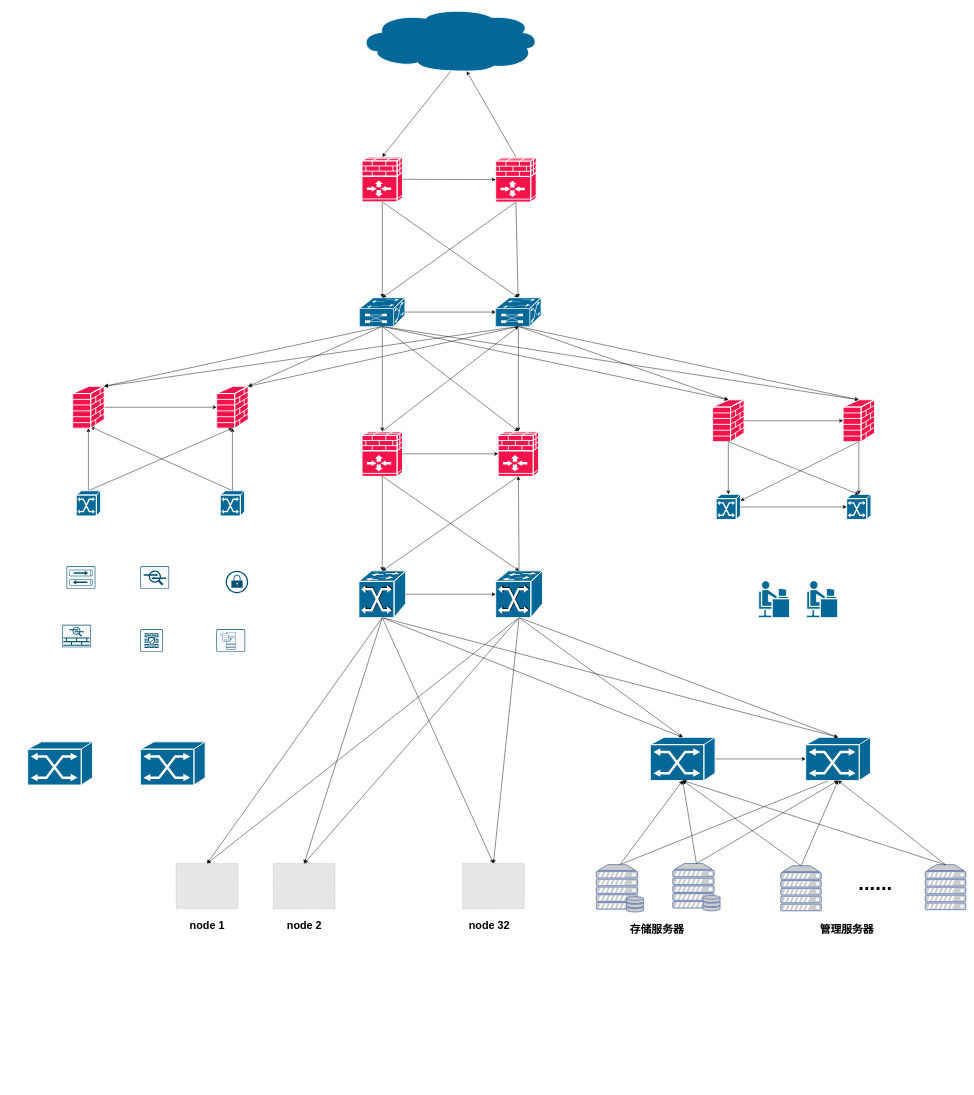
Earlier version of the draw.io diagram 数据中心组网-32nodes.drawio (hel-2000/network-draw). Source tidied: cells renumbered, new cells numbered last; positions are measured from the earlier drawing's top-left corner, leaving out a move shared by most shapes. Both pictures are drawn from the tidied source at 45%, with x=0, y=0 at pixel (27, 8). Pictures stored in the file or linked from it are replaced by grey dashed boxes.
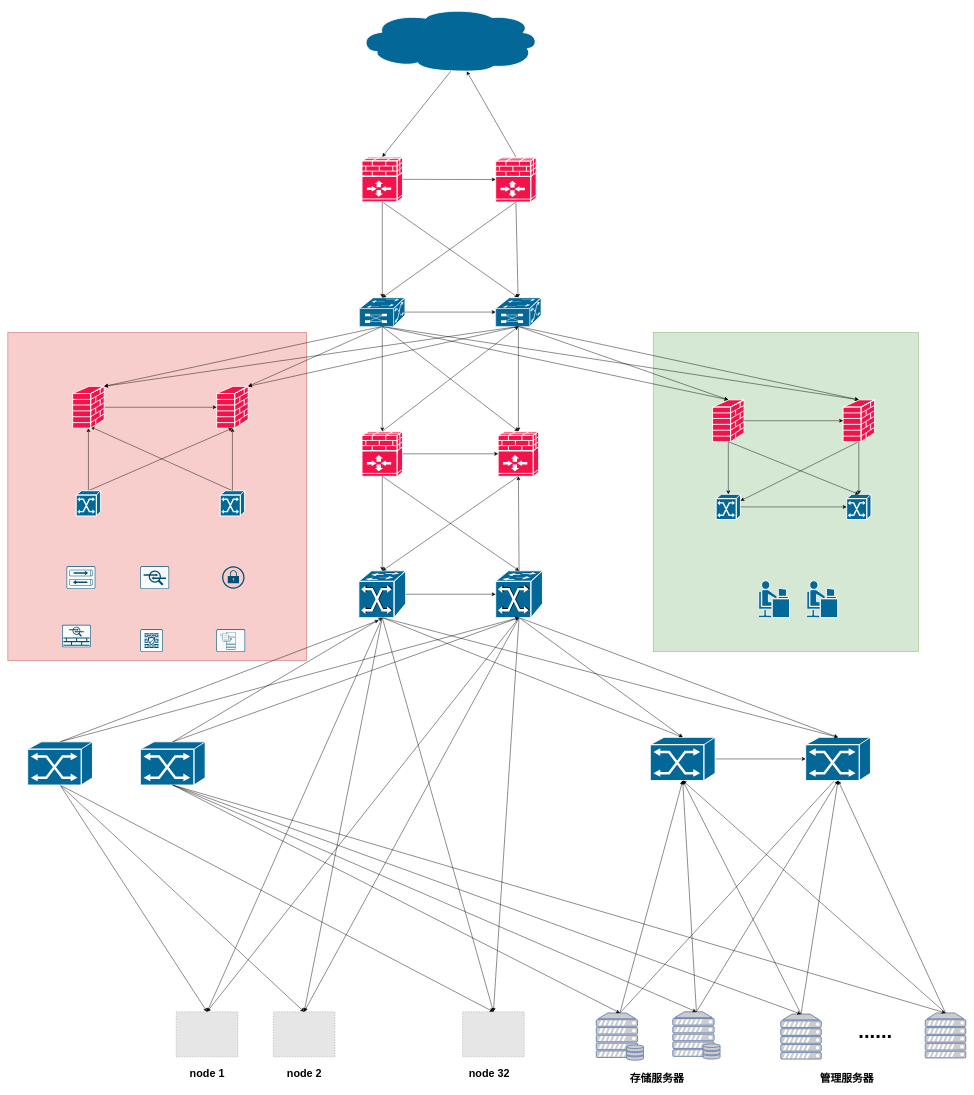
Above is the later version.

Commit message (it also covers changes not shown here):
更新数据中心组网-32nodes.drawio

Unchanged cells that the change refers to:
```xml
<mxCell id="7" style="shape=mxgraph.cisco.switches.atm_fast_gigabit_etherswitch;sketch=0;html=1;dashed=0;fillColor=#036897;strokeColor=#ffffff;strokeWidth=2;verticalLabelPosition=bottom;verticalAlign=top;align=center;outlineConnect=0;" parent="1" vertex="1">
  <mxGeometry x="736" y="1250" width="104" height="104" as="geometry" />
</mxCell>
<mxCell id="53" style="shape=mxgraph.cisco.switches.atm_fast_gigabit_etherswitch;sketch=0;html=1;dashed=0;fillColor=#036897;strokeColor=#ffffff;strokeWidth=2;verticalLabelPosition=bottom;verticalAlign=top;align=center;outlineConnect=0;" parent="1" vertex="1">
  <mxGeometry x="1040" y="1250" width="104" height="104" as="geometry" />
</mxCell>
<mxCell id="98" style="shape=mxgraph.cisco.switches.atm_switch;sketch=0;html=1;dashed=0;fillColor=#036897;strokeColor=#ffffff;strokeWidth=2;verticalLabelPosition=bottom;verticalAlign=top;align=center;outlineConnect=0;" parent="1" vertex="1">
  <mxGeometry y="1630" width="144" height="96" as="geometry" />
</mxCell>
<mxCell id="99" style="shape=mxgraph.cisco.switches.atm_switch;sketch=0;html=1;dashed=0;fillColor=#036897;strokeColor=#ffffff;strokeWidth=2;verticalLabelPosition=bottom;verticalAlign=top;align=center;outlineConnect=0;" parent="1" vertex="1">
  <mxGeometry x="250.4" y="1630" width="144" height="96" as="geometry" />
</mxCell>
```

What changed in the source:
```diff
@@
+    <mxCell id="100" style="rounded=0;whiteSpace=wrap;html=1;fillColor=#d5e8d4;strokeColor=#82b366;" parent="1" vertex="1">
+      <mxGeometry x="1390" y="720" width="590" height="710" as="geometry" />
+    </mxCell>
+    <mxCell id="101" style="rounded=0;whiteSpace=wrap;html=1;fillColor=#f8cecc;strokeColor=#b85450;" parent="1" vertex="1">
+      <mxGeometry x="-44" y="720" width="664" height="730" as="geometry" />
+    </mxCell>
@@
     <mxCell id="16" style="fillColor=#E6E6E6;strokeColor=#999999;dashed=1;verticalLabelPosition=bottom;verticalAlign=top;" parent="1" vertex="1">
-      <mxGeometry x="545.8" y="1900.5" width="137.2" height="100" as="geometry" />
+      <mxGeometry x="545.8" y="2230" width="137.2" height="100" as="geometry" />
     </mxCell>
@@
     <mxCell id="18" style="fontColor=#0066CC;verticalAlign=top;verticalLabelPosition=bottom;labelPosition=center;align=center;html=1;outlineConnect=0;fillColor=#CCCCCC;strokeColor=#6881B3;gradientColor=none;gradientDirection=north;strokeWidth=2;shape=mxgraph.networks.server_storage;" parent="1" vertex="1">
-      <mxGeometry x="1263.6" y="1903" width="105" height="105" as="geometry" />
+      <mxGeometry x="1263.6" y="2232.5" width="105" height="105" as="geometry" />
     </mxCell>
     <mxCell id="19" style="fontColor=#0066CC;verticalAlign=top;verticalLabelPosition=bottom;labelPosition=center;align=center;html=1;outlineConnect=0;fillColor=#CCCCCC;strokeColor=#6881B3;gradientColor=none;gradientDirection=north;strokeWidth=2;shape=mxgraph.networks.server;" parent="1" vertex="1">
-      <mxGeometry x="1994.6" y="1903" width="90" height="100" as="geometry" />
+      <mxGeometry x="1994.6" y="2232.5" width="90" height="100" as="geometry" />
     </mxCell>
@@
     <mxCell id="24" style="sketch=0;verticalLabelPosition=bottom;html=1;verticalAlign=top;align=center;shape=mxgraph.cisco19.lock;fillColor=#005073;strokeColor=none;" parent="1" vertex="1">
-      <mxGeometry x="440" y="1250" width="50" height="50" as="geometry" />
+      <mxGeometry x="432" y="1240" width="50" height="50" as="geometry" />
     </mxCell>
@@
     <mxCell id="36" style="fillColor=#E6E6E6;strokeColor=#999999;dashed=1;verticalLabelPosition=bottom;verticalAlign=top;" parent="1" vertex="1">
-      <mxGeometry x="966.4" y="1900.5" width="137.2" height="100" as="geometry" />
+      <mxGeometry x="966.4" y="2230" width="137.2" height="100" as="geometry" />
     </mxCell>
@@
     <mxCell id="80" style="fontColor=#0066CC;verticalAlign=top;verticalLabelPosition=bottom;labelPosition=center;align=center;html=1;outlineConnect=0;fillColor=#CCCCCC;strokeColor=#6881B3;gradientColor=none;gradientDirection=north;strokeWidth=2;shape=mxgraph.networks.server;" parent="1" vertex="1">
-      <mxGeometry x="1673.6" y="1905.5" width="90" height="100" as="geometry" />
+      <mxGeometry x="1673.6" y="2235" width="90" height="100" as="geometry" />
     </mxCell>
@@
     <mxCell id="82" style="fontColor=#0066CC;verticalAlign=top;verticalLabelPosition=bottom;labelPosition=center;align=center;html=1;outlineConnect=0;fillColor=#CCCCCC;strokeColor=#6881B3;gradientColor=none;gradientDirection=north;strokeWidth=2;shape=mxgraph.networks.server_storage;" parent="1" vertex="1">
-      <mxGeometry x="1433.6" y="1900.5" width="105" height="105" as="geometry" />
+      <mxGeometry x="1433.6" y="2230" width="105" height="105" as="geometry" />
     </mxCell>
     <mxCell id="83" style="fillColor=#E6E6E6;strokeColor=#999999;dashed=1;verticalLabelPosition=bottom;verticalAlign=top;" parent="1" vertex="1">
-      <mxGeometry x="330" y="1900.5" width="137.2" height="100" as="geometry" />
+      <mxGeometry x="330" y="2230" width="137.2" height="100" as="geometry" />
     </mxCell>
     <mxCell id="84" value="&lt;font style=&quot;font-size: 24px;&quot;&gt;&lt;b&gt;node 1&lt;/b&gt;&lt;/font&gt;" style="text;strokeColor=none;align=center;fillColor=none;html=1;verticalAlign=middle;whiteSpace=wrap;rounded=0;" parent="1" vertex="1">
-      <mxGeometry x="346.7" y="2018" width="103.8" height="40" as="geometry" />
+      <mxGeometry x="346.7" y="2347.5" width="103.8" height="40" as="geometry" />
     </mxCell>
     <mxCell id="85" value="&lt;font style=&quot;font-size: 24px;&quot;&gt;&lt;b&gt;node 2&lt;/b&gt;&lt;/font&gt;" style="text;strokeColor=none;align=center;fillColor=none;html=1;verticalAlign=middle;whiteSpace=wrap;rounded=0;" parent="1" vertex="1">
-      <mxGeometry x="562.5" y="2018" width="103.8" height="40" as="geometry" />
+      <mxGeometry x="562.5" y="2347.5" width="103.8" height="40" as="geometry" />
     </mxCell>
     <mxCell id="86" value="&lt;font style=&quot;font-size: 24px;&quot;&gt;&lt;b&gt;node 32&lt;/b&gt;&lt;/font&gt;" style="text;strokeColor=none;align=center;fillColor=none;html=1;verticalAlign=middle;whiteSpace=wrap;rounded=0;" parent="1" vertex="1">
-      <mxGeometry x="973.6" y="2018" width="103.8" height="40" as="geometry" />
+      <mxGeometry x="973.6" y="2347.5" width="103.8" height="40" as="geometry" />
     </mxCell>
     <mxCell id="87" value="&lt;font style=&quot;font-size: 24px;&quot;&gt;&lt;b&gt;存储服务器&lt;/b&gt;&lt;/font&gt;" style="text;strokeColor=none;align=center;fillColor=none;html=1;verticalAlign=middle;whiteSpace=wrap;rounded=0;" parent="1" vertex="1">
-      <mxGeometry x="1293.6" y="2028" width="208.8" height="40" as="geometry" />
+      <mxGeometry x="1293.6" y="2357.5" width="208.8" height="40" as="geometry" />
     </mxCell>
     <mxCell id="88" value="&lt;font style=&quot;font-size: 24px;&quot;&gt;&lt;b&gt;管理服务器&lt;/b&gt;&lt;/font&gt;" style="text;strokeColor=none;align=center;fillColor=none;html=1;verticalAlign=middle;whiteSpace=wrap;rounded=0;" parent="1" vertex="1">
-      <mxGeometry x="1716.2" y="2028" width="208.8" height="40" as="geometry" />
+      <mxGeometry x="1716.2" y="2357.5" width="208.8" height="40" as="geometry" />
     </mxCell>
     <mxCell id="89" value="&lt;font size=&quot;1&quot; style=&quot;&quot;&gt;&lt;b style=&quot;font-size: 45px;&quot;&gt;...&lt;/b&gt;&lt;/font&gt;&lt;b style=&quot;border-color: var(--border-color); font-size: 45px;&quot;&gt;...&lt;/b&gt;" style="text;strokeColor=none;align=center;fillColor=none;html=1;verticalAlign=middle;whiteSpace=wrap;rounded=0;" parent="1" vertex="1">
-      <mxGeometry x="1823.6" y="1928" width="120" height="30" as="geometry" />
+      <mxGeometry x="1823.6" y="2257.5" width="120" height="30" as="geometry" />
     </mxCell>
@@
+    <mxCell id="102" style="rounded=0;jettySize=auto;html=1;exitX=0.5;exitY=0;exitDx=0;exitDy=0;exitPerimeter=0;" parent="1" edge="1" source="98">
+      <mxGeometry relative="1" as="geometry">
+        <mxPoint x="780" y="1360" as="targetPoint" />
+      </mxGeometry>
+    </mxCell>
+    <mxCell id="103" style="rounded=0;jettySize=auto;html=1;exitX=0.5;exitY=1;exitDx=0;exitDy=0;exitPerimeter=0;entryX=0.5;entryY=0;entryDx=0;entryDy=0;" parent="1" edge="1" source="98" target="83">
+      <mxGeometry relative="1" as="geometry" />
+    </mxCell>
+    <mxCell id="104" style="rounded=0;jettySize=auto;html=1;exitX=0.5;exitY=1;exitDx=0;exitDy=0;exitPerimeter=0;entryX=0.5;entryY=0;entryDx=0;entryDy=0;" parent="1" edge="1" source="98" target="16">
+      <mxGeometry relative="1" as="geometry" />
+    </mxCell>
+    <mxCell id="105" style="rounded=0;jettySize=auto;html=1;exitX=0.5;exitY=1;exitDx=0;exitDy=0;exitPerimeter=0;entryX=0.5;entryY=0;entryDx=0;entryDy=0;" parent="1" edge="1" source="98" target="36">
+      <mxGeometry relative="1" as="geometry" />
+    </mxCell>
@@
+    <mxCell id="106" style="rounded=0;jettySize=auto;html=1;exitX=0.5;exitY=1;exitDx=0;exitDy=0;exitPerimeter=0;entryX=0.5;entryY=0;entryDx=0;entryDy=0;entryPerimeter=0;" parent="1" edge="1" source="99" target="19">
+      <mxGeometry relative="1" as="geometry" />
+    </mxCell>
@@
+    <mxCell id="107" style="rounded=0;jettySize=auto;html=1;exitX=0.5;exitY=0;exitDx=0;exitDy=0;exitPerimeter=0;entryX=0.5;entryY=1;entryDx=0;entryDy=0;entryPerimeter=0;" parent="1" edge="1" source="98" target="53">
+      <mxGeometry relative="1" as="geometry" />
+    </mxCell>
+    <mxCell id="108" style="rounded=0;jettySize=auto;html=1;exitX=0.5;exitY=0;exitDx=0;exitDy=0;exitPerimeter=0;entryX=0.5;entryY=1;entryDx=0;entryDy=0;entryPerimeter=0;" parent="1" edge="1" source="99" target="7">
+      <mxGeometry relative="1" as="geometry" />
+    </mxCell>
+    <mxCell id="109" style="rounded=0;jettySize=auto;html=1;exitX=0.5;exitY=0;exitDx=0;exitDy=0;exitPerimeter=0;entryX=0.5;entryY=1;entryDx=0;entryDy=0;entryPerimeter=0;" parent="1" edge="1" source="99" target="53">
+      <mxGeometry relative="1" as="geometry" />
+    </mxCell>
+    <mxCell id="110" style="rounded=0;jettySize=auto;html=1;exitX=0.5;exitY=1;exitDx=0;exitDy=0;exitPerimeter=0;entryX=0.5;entryY=0;entryDx=0;entryDy=0;entryPerimeter=0;" parent="1" edge="1" source="99" target="18">
+      <mxGeometry relative="1" as="geometry" />
+    </mxCell>
+    <mxCell id="111" style="rounded=0;jettySize=auto;html=1;exitX=0.5;exitY=1;exitDx=0;exitDy=0;exitPerimeter=0;entryX=0.5;entryY=0;entryDx=0;entryDy=0;entryPerimeter=0;" parent="1" edge="1" source="99" target="82">
+      <mxGeometry relative="1" as="geometry" />
+    </mxCell>
+    <mxCell id="112" style="rounded=0;jettySize=auto;html=1;exitX=0.5;exitY=1;exitDx=0;exitDy=0;exitPerimeter=0;entryX=0.5;entryY=0;entryDx=0;entryDy=0;entryPerimeter=0;" parent="1" edge="1" source="99" target="80">
+      <mxGeometry relative="1" as="geometry" />
+    </mxCell>
```
